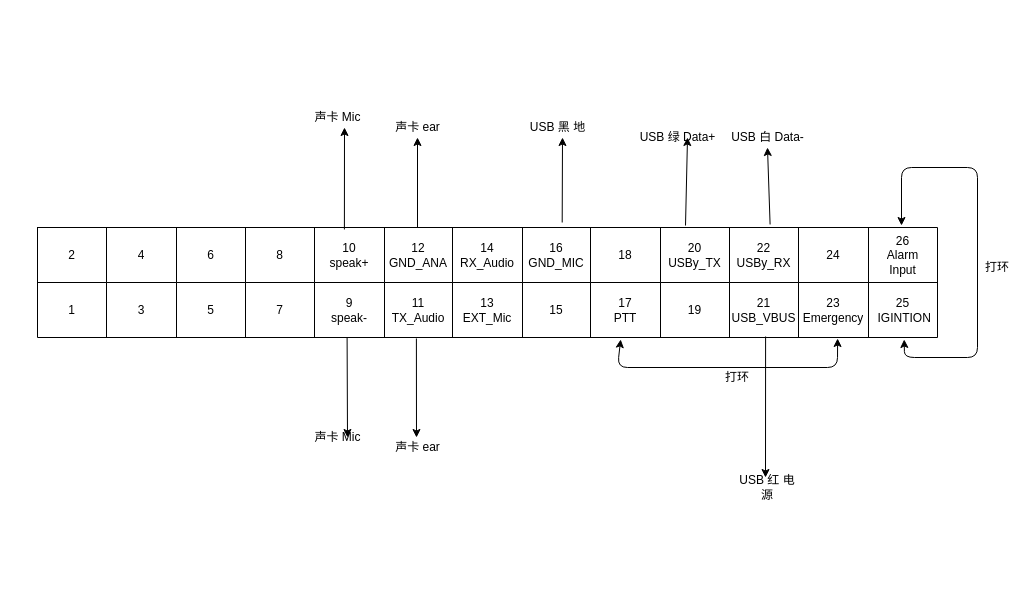
Above: Untitled Diagram.drawio in xibeidong/DrawIO (draw.io), before the change. Source tidied: cells renumbered, new cells numbered last; positions are measured from the earlier drawing's top-left corner, leaving out a move shared by most shapes. Both pictures are drawn from the tidied source at 100%, with x=0, y=0 at pixel (37, 107).
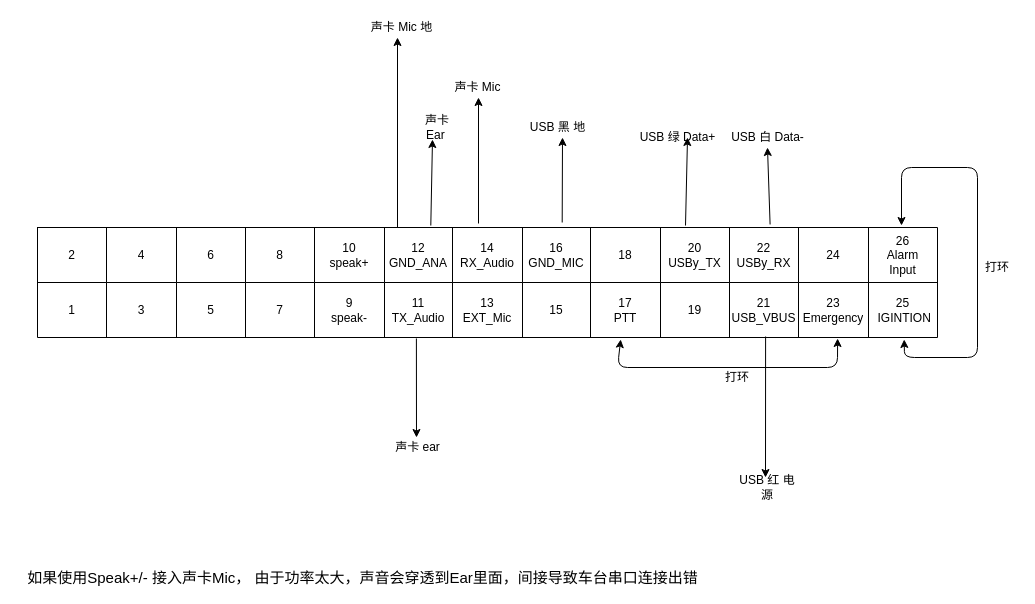
The same diagram, later.

The change refers to these unchanged cells:
```xml
<mxCell id="3" style="shape=partialRectangle;html=1;whiteSpace=wrap;fillColor=none;top=0;left=0;bottom=0;right=0;points=[[0,0.5],[1,0.5]];portConstraint=eastwest;" parent="2" vertex="1">
  <mxGeometry width="900" height="55" as="geometry" />
</mxCell>
<mxCell id="17" style="shape=partialRectangle;html=1;whiteSpace=wrap;fillColor=none;top=0;left=0;bottom=0;right=0;points=[[0,0.5],[1,0.5]];portConstraint=eastwest;" parent="2" vertex="1">
  <mxGeometry y="55" width="900" height="55" as="geometry" />
</mxCell>
```

Diff of the diagram source:
```diff
@@
-    <mxCell id="37" style="endArrow=classic;html=1;exitX=0.341;exitY=0.036;exitDx=0;exitDy=0;exitPerimeter=0;" parent="1" edge="1" source="3">
+    <mxCell id="37" style="endArrow=classic;html=1;exitX=0.49;exitY=-0.073;exitDx=0;exitDy=0;exitPerimeter=0;" parent="1" edge="1" source="3">
       <mxGeometry relative="1" as="geometry">
-        <mxPoint x="307" y="20" as="targetPoint" />
+        <mxPoint x="441" y="-10" as="targetPoint" />
       </mxGeometry>
     </mxCell>
-    <mxCell id="38" style="endArrow=classic;html=1;exitX=0.344;exitY=1;exitDx=0;exitDy=0;exitPerimeter=0;" parent="1" edge="1" source="17">
+    <mxCell id="38" style="endArrow=classic;html=1;exitX=0.4;exitY=0;exitDx=0;exitDy=0;exitPerimeter=0;" parent="1" edge="1" source="3">
       <mxGeometry relative="1" as="geometry">
-        <mxPoint x="310" y="330" as="targetPoint" />
+        <mxPoint x="360" y="-70" as="targetPoint" />
       </mxGeometry>
     </mxCell>
@@
-    <mxCell id="43" style="endArrow=classic;html=1;" parent="1" edge="1">
+    <mxCell id="43" style="endArrow=classic;html=1;entryX=0.75;entryY=1.1;entryDx=0;entryDy=0;entryPerimeter=0;exitX=0.437;exitY=-0.036;exitDx=0;exitDy=0;exitPerimeter=0;" parent="1" edge="1" source="3">
       <mxGeometry relative="1" as="geometry">
-        <mxPoint x="380" y="120" as="sourcePoint" />
-        <mxPoint x="380" y="30" as="targetPoint" />
+        <mxPoint x="395" y="32" as="targetPoint" />
       </mxGeometry>
     </mxCell>
@@
     <mxCell id="47" value="声卡&amp;nbsp;Mic" style="text;html=1;align=center;verticalAlign=middle;" parent="1" vertex="1">
-      <mxGeometry x="270" width="60" height="20" as="geometry" />
+      <mxGeometry x="410" y="-30" width="60" height="20" as="geometry" />
     </mxCell>
-    <mxCell id="48" value="声卡&amp;nbsp;Mic" style="text;html=1;align=center;verticalAlign=middle;" parent="1" vertex="1">
-      <mxGeometry x="270" y="320" width="60" height="20" as="geometry" />
+    <mxCell id="48" value="声卡&amp;nbsp;Mic 地" style="text;html=1;align=center;verticalAlign=middle;" parent="1" vertex="1">
+      <mxGeometry x="324" y="-90" width="80" height="20" as="geometry" />
     </mxCell>
-    <mxCell id="49" value="声卡&amp;nbsp;ear" style="text;html=1;align=center;verticalAlign=middle;" parent="1" vertex="1">
-      <mxGeometry x="350" y="10" width="60" height="20" as="geometry" />
-    </mxCell>
@@
+    <mxCell id="51" value="声卡 Ear&amp;nbsp;" style="text;html=1;strokeColor=none;fillColor=none;align=center;verticalAlign=middle;whiteSpace=wrap;rounded=0;" parent="1" vertex="1">
+      <mxGeometry x="380" y="10" width="40" height="20" as="geometry" />
+    </mxCell>
+    <mxCell id="52" value="&lt;font style=&quot;font-size: 15px&quot;&gt;如果使用Speak+/- 接入声卡Mic， 由于功率太大，声音会穿透到Ear里面，间接导致车台串口连接出错&lt;/font&gt;" style="text;html=1;align=center;verticalAlign=middle;" parent="1" vertex="1">
+      <mxGeometry x="-20" y="460" width="690" height="20" as="geometry" />
+    </mxCell>
```
